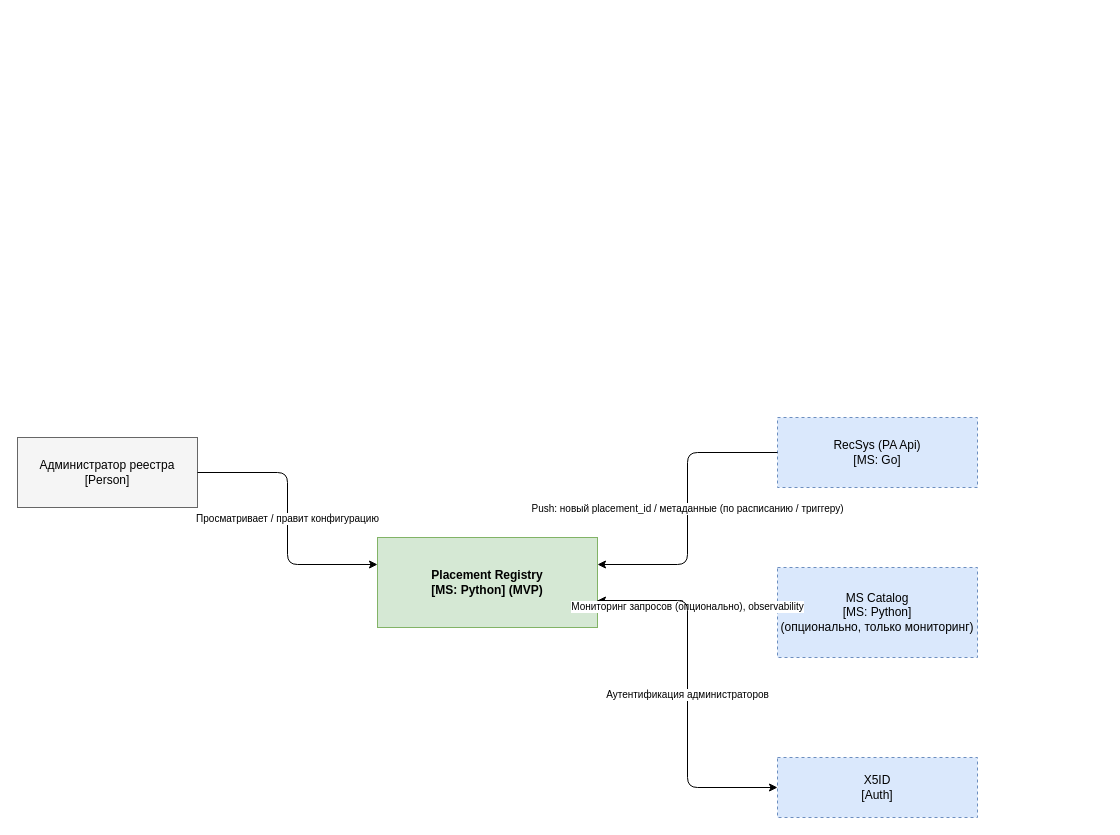
The draw.io diagram diagrams/context-mvp.drawio in rpervushin/placement-registry-mvp-tc5, before the edit. Source tidied: cells renumbered, new cells numbered last; positions are measured from the earlier drawing's top-left corner, leaving out a move shared by most shapes. Both pictures are drawn from the tidied source at 100%, with x=0, y=0 at pixel (17, 417).
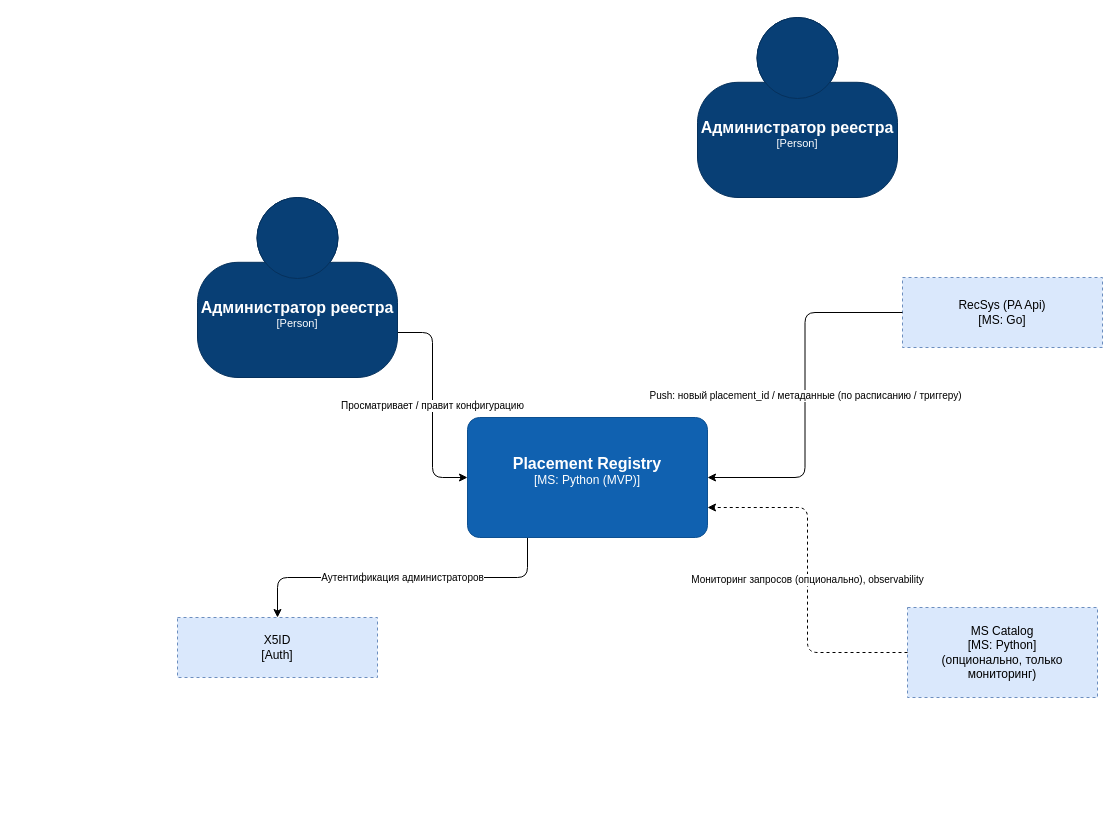
The same diagram, later.

What changed in the source:
```diff
@@
 <mxGraphModel>
   <root>
     <mxCell id="0" />
     <mxCell id="1" parent="0" />
-    <mxCell id="2" value="Администратор реестра&#10;[Person]" style="rounded=0;whiteSpace=wrap;html=1;fillColor=#f5f5f5;strokeColor=#666666;fontSize=12;" parent="1" vertex="1">
-      <mxGeometry y="20" width="180" height="70" as="geometry" />
-    </mxCell>
-    <mxCell id="3" value="Placement Registry&#10;[MS: Python] (MVP)" style="rounded=0;whiteSpace=wrap;html=1;fillColor=#d5e8d4;strokeColor=#82b366;fontSize=12;fontStyle=1;" parent="1" vertex="1">
-      <mxGeometry x="360" y="120" width="220" height="90" as="geometry" />
-    </mxCell>
     <mxCell id="4" value="RecSys (PA Api)&#10;[MS: Go]" style="rounded=0;dashed=1;whiteSpace=wrap;html=1;fillColor=#dae8fc;strokeColor=#6c8ebf;fontSize=12;" parent="1" vertex="1">
-      <mxGeometry x="760" width="200" height="70" as="geometry" />
+      <mxGeometry x="885" y="-140" width="200" height="70" as="geometry" />
     </mxCell>
     <mxCell id="5" value="MS Catalog&#10;[MS: Python]&#10;(опционально, только мониторинг)" style="rounded=0;dashed=1;whiteSpace=wrap;html=1;fillColor=#dae8fc;strokeColor=#6c8ebf;fontSize=12;" parent="1" vertex="1">
-      <mxGeometry x="760" y="150" width="200" height="90" as="geometry" />
+      <mxGeometry x="890" y="190" width="190" height="90" as="geometry" />
     </mxCell>
     <mxCell id="6" value="X5ID&#10;[Auth]" style="rounded=0;dashed=1;whiteSpace=wrap;html=1;fillColor=#dae8fc;strokeColor=#6c8ebf;fontSize=12;" parent="1" vertex="1">
-      <mxGeometry x="760" y="340" width="200" height="60" as="geometry" />
+      <mxGeometry x="160" y="200" width="200" height="60" as="geometry" />
     </mxCell>
-    <mxCell id="7" value="Просматривает / правит конфигурацию" style="edgeStyle=orthogonalEdgeStyle;rounded=1;html=1;exitX=1;exitY=0.5;exitDx=0;exitDy=0;entryX=0;entryY=0.3;entryDx=0;entryDy=0;fontSize=10;" parent="1" edge="1" source="2" target="3">
+    <mxCell id="7" value="Просматривает / правит конфигурацию" style="edgeStyle=orthogonalEdgeStyle;rounded=1;html=1;exitX=1;exitY=0.75;exitDx=0;exitDy=0;entryX=0;entryY=0.5;entryDx=0;entryDy=0;fontSize=10;exitPerimeter=0;entryPerimeter=0;" parent="1" edge="1" source="11" target="12">
       <mxGeometry relative="1" as="geometry" />
     </mxCell>
-    <mxCell id="8" value="Push: новый placement_id / метаданные (по расписанию / триггеру)" style="edgeStyle=orthogonalEdgeStyle;rounded=1;html=1;exitX=0;exitY=0.5;exitDx=0;exitDy=0;entryX=1;entryY=0.3;entryDx=0;entryDy=0;fontSize=10;" parent="1" edge="1" source="4" target="3">
+    <mxCell id="8" value="Push: новый placement_id / метаданные (по расписанию / триггеру)" style="edgeStyle=orthogonalEdgeStyle;rounded=1;html=1;exitX=0;exitY=0.5;exitDx=0;exitDy=0;entryX=1;entryY=0.5;entryDx=0;entryDy=0;fontSize=10;entryPerimeter=0;" parent="1" edge="1" source="4" target="12">
       <mxGeometry relative="1" as="geometry" />
     </mxCell>
-    <mxCell id="9" value="Мониторинг запросов (опционально), observability" style="edgeStyle=orthogonalEdgeStyle;rounded=1;dashed=1;html=1;exitX=0;exitY=0.5;exitDx=0;exitDy=0;entryX=1;entryY=0.7;entryDx=0;entryDy=0;fontSize=10;" parent="1" edge="1" source="5" target="3">
+    <mxCell id="9" value="Мониторинг запросов (опционально), observability" style="edgeStyle=orthogonalEdgeStyle;rounded=1;dashed=1;html=1;exitX=0;exitY=0.5;exitDx=0;exitDy=0;entryX=1;entryY=0.75;entryDx=0;entryDy=0;fontSize=10;entryPerimeter=0;" parent="1" edge="1" source="5" target="12">
       <mxGeometry relative="1" as="geometry" />
     </mxCell>
-    <mxCell id="10" value="Аутентификация администраторов" style="edgeStyle=orthogonalEdgeStyle;rounded=1;html=1;exitX=1;exitY=0.7;exitDx=0;exitDy=0;entryX=0;entryY=0.5;entryDx=0;entryDy=0;fontSize=10;" parent="1" edge="1" source="3" target="6">
+    <mxCell id="10" value="Аутентификация администраторов" style="edgeStyle=orthogonalEdgeStyle;rounded=1;html=1;exitX=0.25;exitY=1;exitDx=0;exitDy=0;entryX=0.5;entryY=0;entryDx=0;entryDy=0;fontSize=10;exitPerimeter=0;" parent="1" edge="1" source="12" target="6">
       <mxGeometry relative="1" as="geometry" />
     </mxCell>
+    <object id="11" label="&lt;font style=&quot;font-size: 16px&quot;&gt;&lt;b&gt;%c4Name%&lt;/b&gt;&lt;/font&gt;&lt;div&gt;[%c4Type%]&lt;/div&gt;&lt;br&gt;&lt;div&gt;&lt;font style=&quot;font-size: 11px&quot;&gt;&lt;font color=&quot;#cccccc&quot;&gt;%c4Description%&lt;/font&gt;&lt;/div&gt;" c4Description="" c4Name="Администратор реестра" c4Type="Person" placeholders="1">
+      <mxCell style="html=1;fontSize=11;dashed=0;whiteSpace=wrap;fillColor=#083F75;strokeColor=#06315C;fontColor=#ffffff;shape=mxgraph.c4.person2;align=center;points=[[0.5,0,0],[1,0.5,0],[1,0.75,0],[0.75,1,0],[0.5,1,0],[0.25,1,0],[0,0.75,0],[0,0.5,0]];" parent="1" vertex="1">
+        <mxGeometry x="180" y="-220" width="200" height="180" as="geometry" />
+      </mxCell>
+    </object>
+    <object id="12" label="&lt;font style=&quot;font-size: 16px&quot;&gt;&lt;b&gt;%c4Name%&lt;/b&gt;&lt;/font&gt;&lt;div&gt;[%c4Type%]&lt;/div&gt;&lt;br&gt;&lt;div&gt;&lt;font style=&quot;font-size: 11px&quot;&gt;&lt;font color=&quot;#cccccc&quot;&gt;%c4Description%&lt;/font&gt;&lt;/div&gt;" c4Description="" c4Name="Placement Registry" c4Type="MS: Python (MVP)" placeholders="1">
+      <mxCell style="rounded=1;whiteSpace=wrap;html=1;labelBackgroundColor=none;fillColor=#1061B0;fontColor=#ffffff;align=center;arcSize=10;strokeColor=#0D5091;points=[[0.25,0,0],[0.5,0,0],[0.75,0,0],[1,0.25,0],[1,0.5,0],[1,0.75,0],[0.75,1,0],[0.5,1,0],[0.25,1,0],[0,0.75,0],[0,0.5,0],[0,0.25,0]];" parent="1" vertex="1">
+        <mxGeometry x="450" width="240" height="120" as="geometry" />
+      </mxCell>
+    </object>
+    <object id="13" label="&lt;font style=&quot;font-size: 16px&quot;&gt;&lt;b&gt;%c4Name%&lt;/b&gt;&lt;/font&gt;&lt;div&gt;[%c4Type%]&lt;/div&gt;&lt;br&gt;&lt;div&gt;&lt;font style=&quot;font-size: 11px&quot;&gt;&lt;font color=&quot;#cccccc&quot;&gt;%c4Description%&lt;/font&gt;&lt;/div&gt;" c4Description="" c4Name="Администратор реестра" c4Type="Person" placeholders="1">
+      <mxCell style="html=1;fontSize=11;dashed=0;whiteSpace=wrap;fillColor=#083F75;strokeColor=#06315C;fontColor=#ffffff;shape=mxgraph.c4.person2;align=center;" parent="1" vertex="1">
+        <mxGeometry x="680" y="-400" width="200" height="180" as="geometry" />
+      </mxCell>
+    </object>
   </root>
 </mxGraphModel>
```
